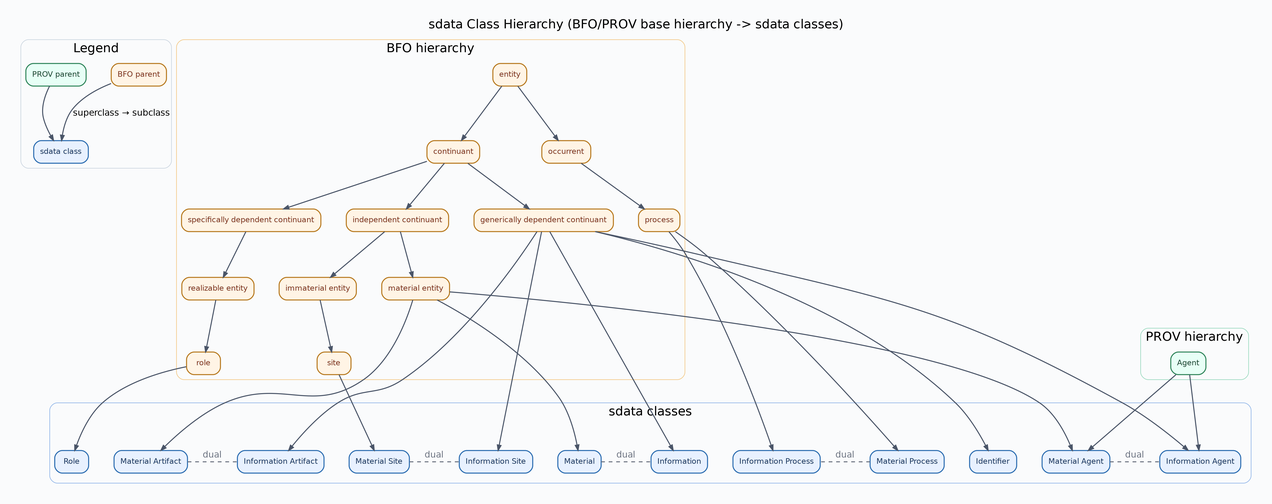
lepy/sdata-ontology keeps this Graphviz diagram as docs/diagrams/sdata-class-hierarchy.png. Above is the earlier version. Its source is kept beside it as docs/diagrams/sdata-class-hierarchy.dot.
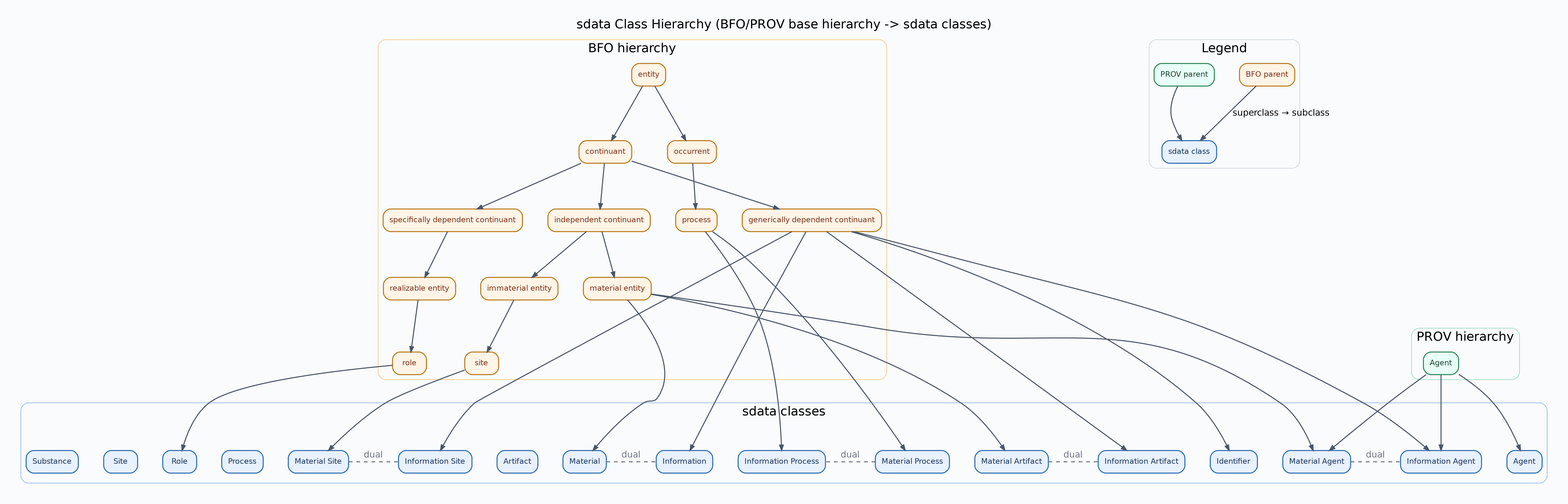
Later version of the same file.

Change to the diagram source:
```diff
@@ -25,105 +25,6 @@
 		fontname=Helvetica,
 		penwidth=1.6
 	];
-	subgraph cluster_legend {
-		graph [color="#CBD5E0",
-			label=Legend,
-			style=rounded
-		];
-		legend_sdata	[color="#2B6CB0",
-			fillcolor="#E8F1FF",
-			fontcolor="#1A365D",
-			label="sdata class"];
-		legend_bfo	[color="#B7791F",
-			fillcolor="#FFF4E5",
-			fontcolor="#7B341E",
-			label="BFO parent"];
-		legend_bfo -> legend_sdata	[label="superclass → subclass"];
-		legend_prov	[color="#2F855A",
-			fillcolor="#E7FFF6",
-			fontcolor="#1C4532",
-			label="PROV parent"];
-		legend_prov -> legend_sdata;
-	}
-	subgraph cluster_sdata {
-		graph [color="#90B5E8",
-			label="sdata classes",
-			style=rounded
-		];
-		subgraph cluster_dual_rank_MaterialArtifact {
-			graph [rank=same,
-				style=invis
-			];
-			"https://w3id.org/sdata/core/InformationArtifact"	[color="#2B6CB0",
-				fillcolor="#E8F1FF",
-				fontcolor="#1A365D",
-				label="Information Artifact"];
-			"https://w3id.org/sdata/core/MaterialArtifact"	[color="#2B6CB0",
-				fillcolor="#E8F1FF",
-				fontcolor="#1A365D",
-				label="Material Artifact"];
-		}
-		subgraph cluster_dual_rank_Material {
-			graph [rank=same,
-				style=invis
-			];
-			"https://w3id.org/sdata/core/Information"	[color="#2B6CB0",
-				fillcolor="#E8F1FF",
-				fontcolor="#1A365D",
-				label=Information];
-			"https://w3id.org/sdata/core/Material"	[color="#2B6CB0",
-				fillcolor="#E8F1FF",
-				fontcolor="#1A365D",
-				label=Material];
-		}
-		subgraph cluster_dual_rank_MaterialProcess {
-			graph [rank=same,
-				style=invis
-			];
-			"https://w3id.org/sdata/core/InformationProcess"	[color="#2B6CB0",
-				fillcolor="#E8F1FF",
-				fontcolor="#1A365D",
-				label="Information Process"];
-			"https://w3id.org/sdata/core/MaterialProcess"	[color="#2B6CB0",
-				fillcolor="#E8F1FF",
-				fontcolor="#1A365D",
-				label="Material Process"];
-		}
-		subgraph cluster_dual_rank_MaterialSite {
-			graph [rank=same,
-				style=invis
-			];
-			"https://w3id.org/sdata/core/InformationSite"	[color="#2B6CB0",
-				fillcolor="#E8F1FF",
-				fontcolor="#1A365D",
-				label="Information Site"];
-			"https://w3id.org/sdata/core/MaterialSite"	[color="#2B6CB0",
-				fillcolor="#E8F1FF",
-				fontcolor="#1A365D",
-				label="Material Site"];
-		}
-		subgraph cluster_dual_rank_MaterialAgent {
-			graph [rank=same,
-				style=invis
-			];
-			"https://w3id.org/sdata/core/InformationAgent"	[color="#2B6CB0",
-				fillcolor="#E8F1FF",
-				fontcolor="#1A365D",
-				label="Information Agent"];
-			"https://w3id.org/sdata/core/MaterialAgent"	[color="#2B6CB0",
-				fillcolor="#E8F1FF",
-				fontcolor="#1A365D",
-				label="Material Agent"];
-		}
-		"https://w3id.org/sdata/core/Identifier"	[color="#2B6CB0",
-			fillcolor="#E8F1FF",
-			fontcolor="#1A365D",
-			label=Identifier];
-		"https://w3id.org/sdata/core/Role"	[color="#2B6CB0",
-			fillcolor="#E8F1FF",
-			fontcolor="#1A365D",
-			label=Role];
-	}
 	subgraph cluster_bfo_context {
 		graph [color="#F3C887",
 			label="BFO hierarchy",
@@ -188,6 +89,125 @@
 			fontcolor="#1C4532",
 			label=Agent];
 	}
+	subgraph cluster_legend {
+		graph [color="#CBD5E0",
+			label=Legend,
+			style=rounded
+		];
+		legend_sdata	[color="#2B6CB0",
+			fillcolor="#E8F1FF",
+			fontcolor="#1A365D",
+			label="sdata class"];
+		legend_bfo	[color="#B7791F",
+			fillcolor="#FFF4E5",
+			fontcolor="#7B341E",
+			label="BFO parent"];
+		legend_bfo -> legend_sdata	[label="superclass → subclass"];
+		legend_prov	[color="#2F855A",
+			fillcolor="#E7FFF6",
+			fontcolor="#1C4532",
+			label="PROV parent"];
+		legend_prov -> legend_sdata;
+	}
+	subgraph cluster_sdata {
+		graph [color="#90B5E8",
+			label="sdata classes",
+			style=rounded
+		];
+		subgraph cluster_dual_rank_MaterialProcess {
+			graph [rank=same,
+				style=invis
+			];
+			"https://w3id.org/sdata/core/InformationProcess"	[color="#2B6CB0",
+				fillcolor="#E8F1FF",
+				fontcolor="#1A365D",
+				label="Information Process"];
+			"https://w3id.org/sdata/core/MaterialProcess"	[color="#2B6CB0",
+				fillcolor="#E8F1FF",
+				fontcolor="#1A365D",
+				label="Material Process"];
+		}
+		subgraph cluster_dual_rank_MaterialSite {
+			graph [rank=same,
+				style=invis
+			];
+			"https://w3id.org/sdata/core/InformationSite"	[color="#2B6CB0",
+				fillcolor="#E8F1FF",
+				fontcolor="#1A365D",
+				label="Information Site"];
+			"https://w3id.org/sdata/core/MaterialSite"	[color="#2B6CB0",
+				fillcolor="#E8F1FF",
+				fontcolor="#1A365D",
+				label="Material Site"];
+		}
+		subgraph cluster_dual_rank_Material {
+			graph [rank=same,
+				style=invis
+			];
+			"https://w3id.org/sdata/core/Information"	[color="#2B6CB0",
+				fillcolor="#E8F1FF",
+				fontcolor="#1A365D",
+				label=Information];
+			"https://w3id.org/sdata/core/Material"	[color="#2B6CB0",
+				fillcolor="#E8F1FF",
+				fontcolor="#1A365D",
+				label=Material];
+		}
+		subgraph cluster_dual_rank_MaterialAgent {
+			graph [rank=same,
+				style=invis
+			];
+			"https://w3id.org/sdata/core/InformationAgent"	[color="#2B6CB0",
+				fillcolor="#E8F1FF",
+				fontcolor="#1A365D",
+				label="Information Agent"];
+			"https://w3id.org/sdata/core/MaterialAgent"	[color="#2B6CB0",
+				fillcolor="#E8F1FF",
+				fontcolor="#1A365D",
+				label="Material Agent"];
+		}
+		subgraph cluster_dual_rank_MaterialArtifact {
+			graph [rank=same,
+				style=invis
+			];
+			"https://w3id.org/sdata/core/InformationArtifact"	[color="#2B6CB0",
+				fillcolor="#E8F1FF",
+				fontcolor="#1A365D",
+				label="Information Artifact"];
+			"https://w3id.org/sdata/core/MaterialArtifact"	[color="#2B6CB0",
+				fillcolor="#E8F1FF",
+				fontcolor="#1A365D",
+				label="Material Artifact"];
+		}
+		"https://w3id.org/sdata/core/Agent"	[color="#2B6CB0",
+			fillcolor="#E8F1FF",
+			fontcolor="#1A365D",
+			label=Agent];
+		"https://w3id.org/sdata/core/Artifact"	[color="#2B6CB0",
+			fillcolor="#E8F1FF",
+			fontcolor="#1A365D",
+			label=Artifact];
+		"https://w3id.org/sdata/core/Identifier"	[color="#2B6CB0",
+			fillcolor="#E8F1FF",
+			fontcolor="#1A365D",
+			label=Identifier];
+		"https://w3id.org/sdata/core/Process"	[color="#2B6CB0",
+			fillcolor="#E8F1FF",
+			fontcolor="#1A365D",
+			label=Process];
+		"https://w3id.org/sdata/core/Role"	[color="#2B6CB0",
+			fillcolor="#E8F1FF",
+			fontcolor="#1A365D",
+			label=Role];
+		"https://w3id.org/sdata/core/Site"	[color="#2B6CB0",
+			fillcolor="#E8F1FF",
+			fontcolor="#1A365D",
+			label=Site];
+		"https://w3id.org/sdata/core/Substance"	[color="#2B6CB0",
+			fillcolor="#E8F1FF",
+			fontcolor="#1A365D",
+			label=Substance];
+	}
 	"https://w3id.org/sdata/core/Material" -> "https://w3id.org/sdata/core/Information"	[color="#6B7280",
 		constraint=false,
 		dir=none,
@@ -241,6 +261,7 @@
 	"http://purl.obolibrary.org/obo/BFO_0000040" -> "https://w3id.org/sdata/core/MaterialAgent";
 	"http://purl.obolibrary.org/obo/BFO_0000040" -> "https://w3id.org/sdata/core/MaterialArtifact";
 	"http://purl.obolibrary.org/obo/BFO_0000141" -> "http://purl.obolibrary.org/obo/BFO_0000029";
+	"http://www.w3.org/ns/prov#Agent" -> "https://w3id.org/sdata/core/Agent";
 	"http://www.w3.org/ns/prov#Agent" -> "https://w3id.org/sdata/core/InformationAgent";
 	"http://www.w3.org/ns/prov#Agent" -> "https://w3id.org/sdata/core/MaterialAgent";
 }
```
